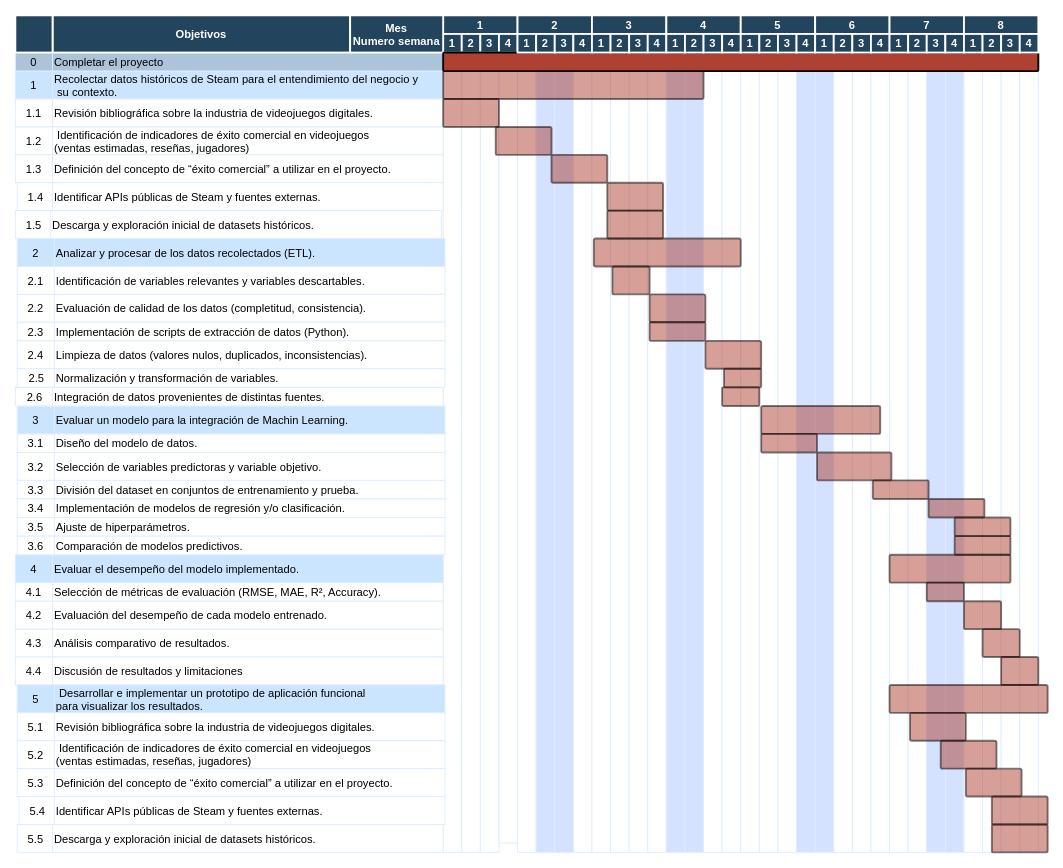
Above: page "TG" (1 of 2) of Diagrama de Gantt.drawio in Cris25nkl/DIAGRAMS_BD (draw.io), before the change. Source tidied: cells renumbered, new cells numbered last; positions are measured from the earlier drawing's top-left corner, leaving out a move shared by most shapes. Both pictures are drawn from the tidied source at 93%, with x=0, y=0 at pixel (15, 15).
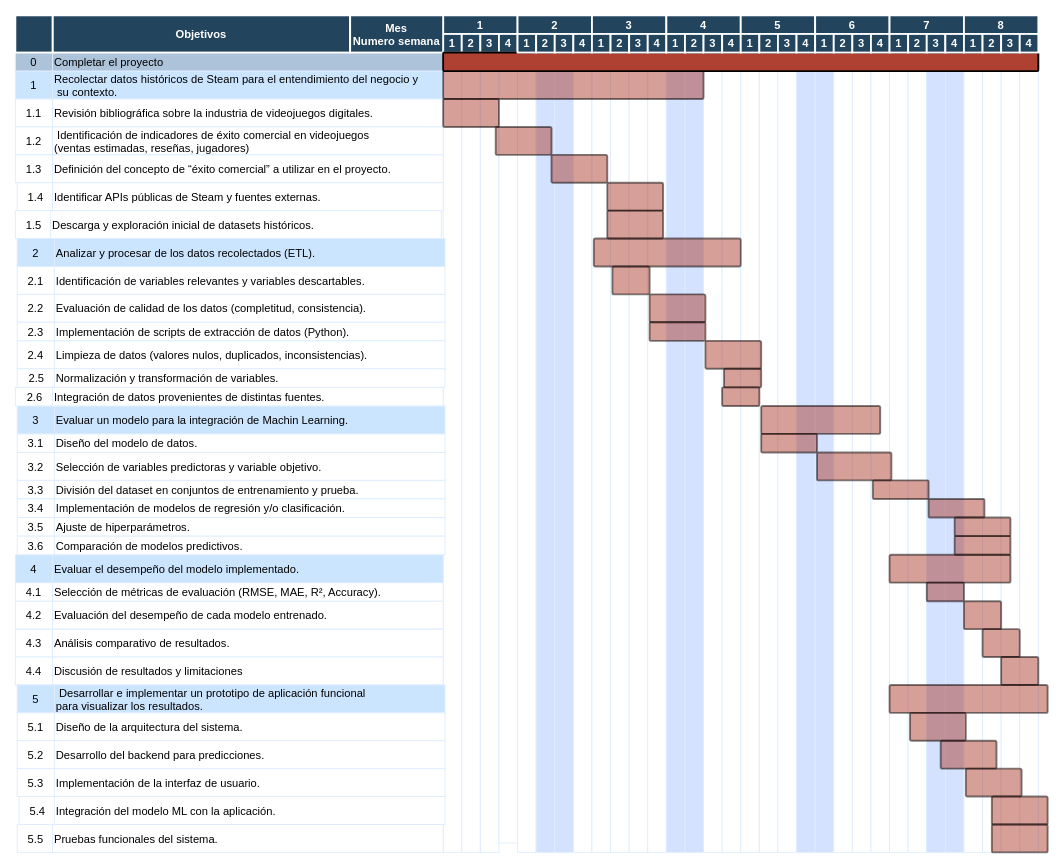
The same diagram, later.

The edit, as a diff of the source:
```diff
@@
-    <mxCell id="158" value="Revisión bibliográfica sobre la industria de videojuegos digitales." style="align=left;strokeColor=#DEEDFF;" parent="1" vertex="1">
+    <mxCell id="158" value="Diseño de la arquitectura del sistema." style="align=left;strokeColor=#DEEDFF;" parent="1" vertex="1">
       <mxGeometry x="42" y="750" width="420" height="30" as="geometry" />
     </mxCell>
@@
-    <mxCell id="160" value=" Identificación de indicadores de éxito comercial en videojuegos &#10;(ventas estimadas, reseñas, jugadores)" style="align=left;strokeColor=#DEEDFF;" parent="1" vertex="1">
+    <mxCell id="160" value="Desarrollo del backend para predicciones." style="align=left;strokeColor=#DEEDFF;" parent="1" vertex="1">
       <mxGeometry x="42" y="780" width="420" height="30" as="geometry" />
     </mxCell>
@@
-    <mxCell id="162" value="Definición del concepto de “éxito comercial” a utilizar en el proyecto." style="align=left;strokeColor=#DEEDFF;" parent="1" vertex="1">
+    <mxCell id="162" value="Implementación de la interfaz de usuario." style="align=left;strokeColor=#DEEDFF;" parent="1" vertex="1">
       <mxGeometry x="42" y="810" width="420" height="30" as="geometry" />
     </mxCell>
@@
-    <mxCell id="164" value="Identificar APIs públicas de Steam y fuentes externas." style="align=left;strokeColor=#DEEDFF;" parent="1" vertex="1">
+    <mxCell id="164" value="Integración del modelo ML con la aplicación." style="align=left;strokeColor=#DEEDFF;" parent="1" vertex="1">
       <mxGeometry x="42" y="840" width="420" height="30" as="geometry" />
     </mxCell>
@@
-    <mxCell id="171" value="Descarga y exploración inicial de datasets históricos." style="align=left;strokeColor=#DEEDFF;" parent="1" vertex="1">
+    <mxCell id="171" value="Pruebas funcionales del sistema." style="align=left;strokeColor=#DEEDFF;" parent="1" vertex="1">
       <mxGeometry x="40" y="870" width="420" height="30" as="geometry" />
     </mxCell>
```
